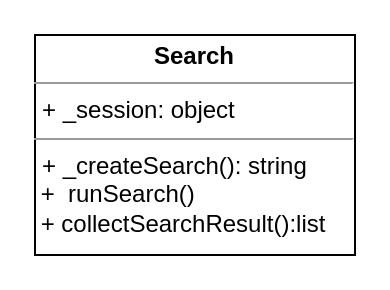
Above: page 5 of 6 of 影像查询和融合系统.drawio in dorbodwolf/graphs_from_draw.io (draw.io), before the change. Source tidied: cells renumbered, new cells numbered last; positions are measured from the earlier drawing's top-left corner, leaving out a move shared by most shapes. Both pictures are drawn from the tidied source at 200%, with x=0, y=0 at pixel (34, 34).
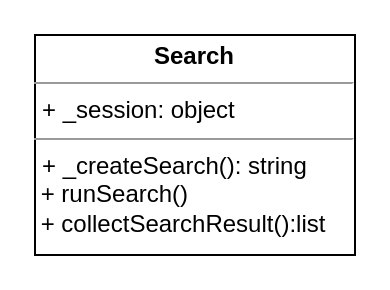
The same page after the edit.

The edit, as a diff of the source:
```diff
@@
 <mxGraphModel>
   <root>
     <mxCell id="0" />
     <mxCell id="1" parent="0" />
-    <mxCell id="2" value="&lt;p style=&quot;margin: 0px ; margin-top: 4px ; text-align: center&quot;&gt;&lt;b&gt;Search&lt;/b&gt;&lt;/p&gt;&lt;hr size=&quot;1&quot;&gt;&lt;p style=&quot;margin: 0px ; margin-left: 4px&quot;&gt;+ _session: object&lt;/p&gt;&lt;hr size=&quot;1&quot;&gt;&lt;p style=&quot;margin: 0px ; margin-left: 4px&quot;&gt;&lt;span&gt;+ _createSearch&lt;/span&gt;(): string&lt;/p&gt;&lt;div&gt;&amp;nbsp;+&amp;nbsp; runSearch()&lt;/div&gt;&lt;div&gt;&lt;div&gt;&amp;nbsp;+ collectSearchResult():list&lt;/div&gt;&lt;/div&gt;&lt;div&gt;&lt;br&gt;&lt;/div&gt;" style="verticalAlign=top;align=left;overflow=fill;fontSize=12;fontFamily=Helvetica;html=1;" parent="1" vertex="1">
+    <mxCell id="2" value="&lt;p style=&quot;margin: 0px ; margin-top: 4px ; text-align: center&quot;&gt;&lt;b&gt;Search&lt;/b&gt;&lt;/p&gt;&lt;hr size=&quot;1&quot;&gt;&lt;p style=&quot;margin: 0px ; margin-left: 4px&quot;&gt;+ _session: object&lt;/p&gt;&lt;hr size=&quot;1&quot;&gt;&lt;p style=&quot;margin: 0px ; margin-left: 4px&quot;&gt;&lt;span&gt;+ _createSearch&lt;/span&gt;(): string&lt;/p&gt;&lt;div&gt;&amp;nbsp;+ runSearch()&lt;/div&gt;&lt;div&gt;&lt;div&gt;&amp;nbsp;+ collectSearchResult():list&lt;/div&gt;&lt;/div&gt;&lt;div&gt;&lt;br&gt;&lt;/div&gt;" style="verticalAlign=top;align=left;overflow=fill;fontSize=12;fontFamily=Helvetica;html=1;" parent="1" vertex="1">
       <mxGeometry width="160" height="110" as="geometry" />
     </mxCell>
   </root>
 </mxGraphModel>
```
